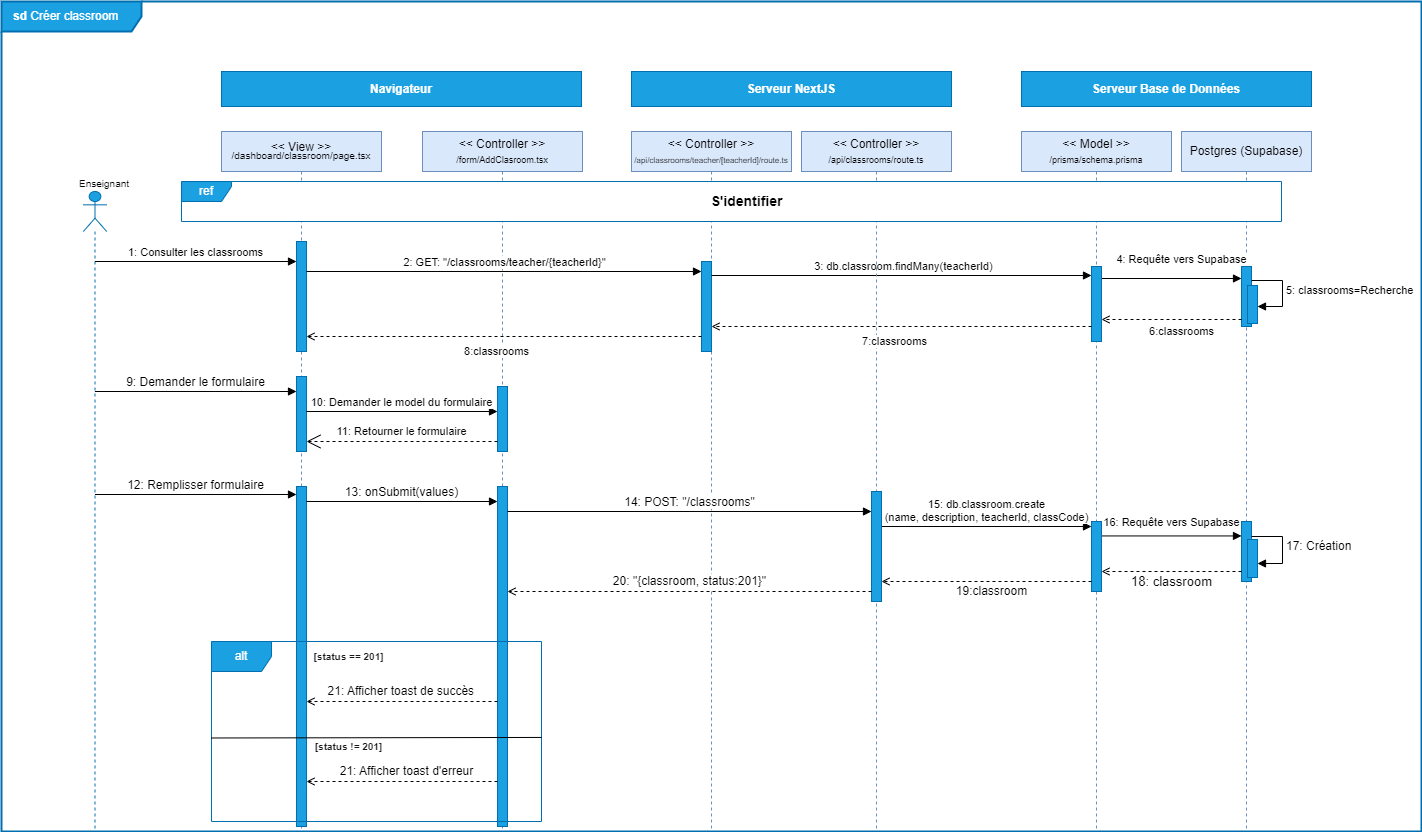
Earlier version of the draw.io export docs/images/chp4/fig8.png (undrstnd-labs/education). Source tidied: cells renumbered, new cells last; positions are measured from the earlier drawing's top-left corner, leaving out a move shared by most shapes.
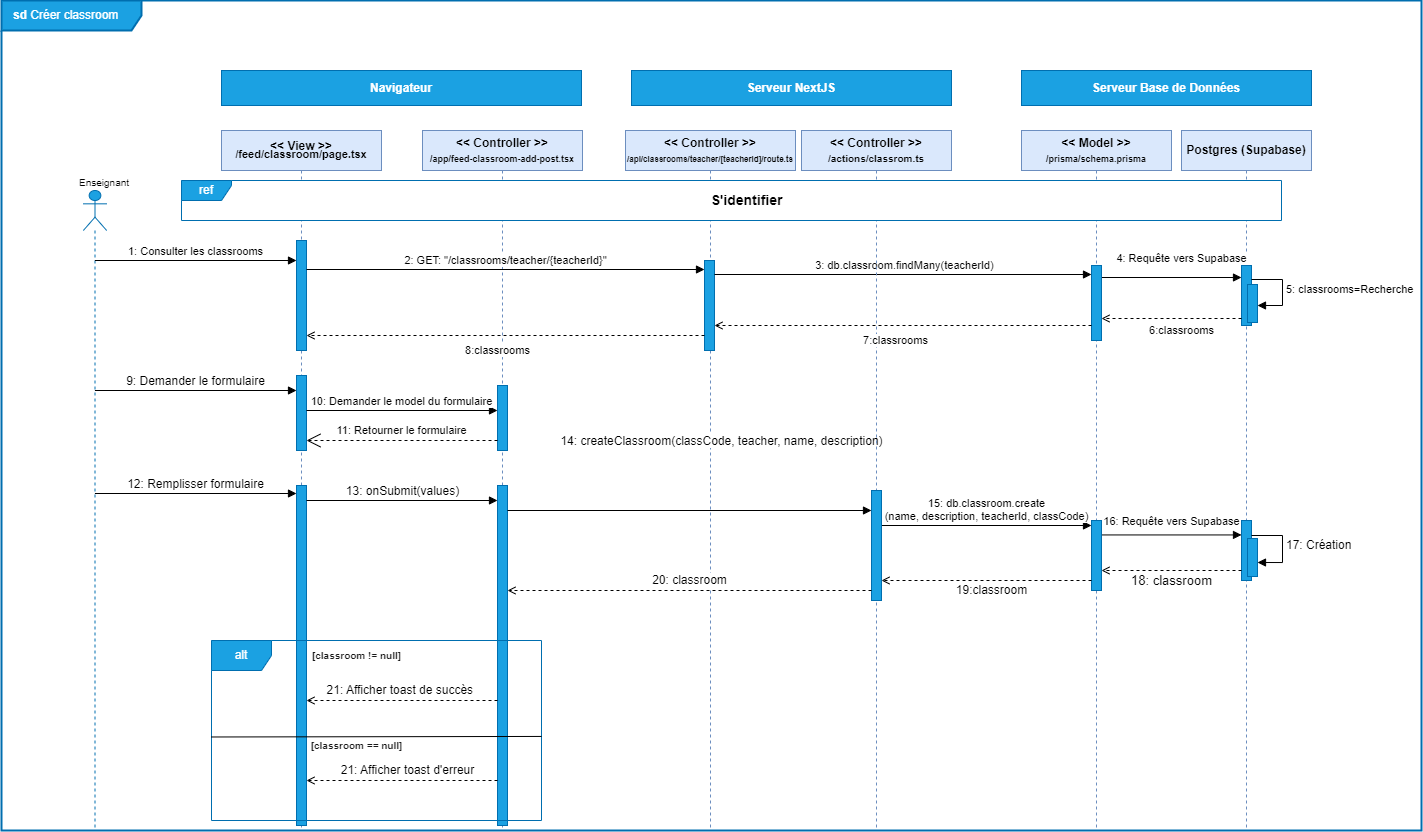
After the change.

Diff of the diagram source:
```diff
@@ -20,7 +20,7 @@
     <mxCell id="7" value="&lt;b&gt;Serveur Base de Données&lt;/b&gt;" style="rounded=0;whiteSpace=wrap;html=1;fillColor=#1ba1e2;fontColor=#ffffff;strokeColor=#006EAF;" parent="1" vertex="1">
       <mxGeometry x="1020" y="70" width="290" height="35" as="geometry" />
     </mxCell>
-    <mxCell id="8" value="&lt;p style=&quot;line-height: 70%;&quot;&gt;&amp;lt;&amp;lt; View &amp;gt;&amp;gt;&lt;br&gt;&lt;font style=&quot;&quot;&gt;&lt;font style=&quot;font-size: 10px;&quot;&gt;/dashboard/classroom/page.tsx&lt;/font&gt;&lt;br&gt;&lt;/font&gt;&lt;/p&gt;" style="shape=umlLifeline;perimeter=lifelinePerimeter;whiteSpace=wrap;html=1;newEdgeStyle={&quot;curved&quot;:0,&quot;rounded&quot;:0};fillColor=#dae8fc;strokeColor=#6c8ebf;size=40;" parent="1" vertex="1">
+    <mxCell id="8" value="&lt;p style=&quot;line-height: 70%;&quot;&gt;&lt;b&gt;&amp;lt;&amp;lt; View &amp;gt;&amp;gt;&lt;/b&gt;&lt;br&gt;&lt;font style=&quot;&quot;&gt;&lt;font size=&quot;1&quot; style=&quot;&quot;&gt;&lt;b style=&quot;font-size: 11px;&quot;&gt;/feed/classroom/page.tsx&lt;/b&gt;&lt;/font&gt;&lt;br&gt;&lt;/font&gt;&lt;/p&gt;" style="shape=umlLifeline;perimeter=lifelinePerimeter;whiteSpace=wrap;html=1;newEdgeStyle={&quot;curved&quot;:0,&quot;rounded&quot;:0};fillColor=#dae8fc;strokeColor=#6c8ebf;size=40;" parent="1" vertex="1">
       <mxGeometry x="220" y="130" width="160" height="700" as="geometry" />
     </mxCell>
     <mxCell id="9" style="html=1;perimeter=orthogonalPerimeter;targetShapes=umlLifeline;newEdgeStyle={&quot;curved&quot;:0,&quot;rounded&quot;:0};fillColor=#1ba1e2;fontColor=#ffffff;strokeColor=#006EAF;" parent="8" vertex="1">
@@ -29,13 +29,13 @@
     <mxCell id="10" style="html=1;perimeter=orthogonalPerimeter;targetShapes=umlLifeline;newEdgeStyle={&quot;curved&quot;:0,&quot;rounded&quot;:0};fillColor=#1ba1e2;fontColor=#ffffff;strokeColor=#006EAF;" parent="8" vertex="1">
       <mxGeometry x="75" y="355" width="10" height="340" as="geometry" />
     </mxCell>
-    <mxCell id="11" value="&amp;lt;&amp;lt; Controller &amp;gt;&amp;gt;&lt;br&gt;&lt;font style=&quot;font-size: 8px;&quot;&gt;/api/classrooms/teacher/[teacherId]/route.ts&lt;/font&gt;" style="shape=umlLifeline;perimeter=lifelinePerimeter;whiteSpace=wrap;html=1;newEdgeStyle={&quot;curved&quot;:0,&quot;rounded&quot;:0};fillColor=#dae8fc;strokeColor=#6c8ebf;" parent="1" vertex="1">
-      <mxGeometry x="630" y="130" width="160" height="700" as="geometry" />
+    <mxCell id="11" value="&lt;b&gt;&amp;lt;&amp;lt; Controller &amp;gt;&amp;gt;&lt;br&gt;&lt;font style=&quot;font-size: 8px;&quot;&gt;/api/classrooms/teacher/[teacherId]/route.ts&lt;/font&gt;&lt;/b&gt;" style="shape=umlLifeline;perimeter=lifelinePerimeter;whiteSpace=wrap;html=1;newEdgeStyle={&quot;curved&quot;:0,&quot;rounded&quot;:0};fillColor=#dae8fc;strokeColor=#6c8ebf;" parent="1" vertex="1">
+      <mxGeometry x="624" y="130" width="170" height="700" as="geometry" />
     </mxCell>
     <mxCell id="12" style="html=1;points=[[0,0,0,0,5],[0,1,0,0,-5],[1,0,0,0,5],[1,1,0,0,-5]];perimeter=orthogonalPerimeter;outlineConnect=0;targetShapes=umlLifeline;portConstraint=eastwest;newEdgeStyle={&quot;curved&quot;:0,&quot;rounded&quot;:0};fillColor=#1ba1e2;fontColor=#ffffff;strokeColor=#006EAF;" parent="11" vertex="1">
-      <mxGeometry x="70" y="130" width="10" height="90" as="geometry" />
+      <mxGeometry x="79" y="130" width="10" height="90" as="geometry" />
     </mxCell>
-    <mxCell id="13" value="&amp;lt;&amp;lt; Controller &amp;gt;&amp;gt;&lt;br&gt;&lt;font style=&quot;font-size: 9px;&quot;&gt;/form/AddClasroom.tsx&lt;/font&gt;" style="shape=umlLifeline;perimeter=lifelinePerimeter;whiteSpace=wrap;html=1;newEdgeStyle={&quot;curved&quot;:0,&quot;rounded&quot;:0};fillColor=#dae8fc;strokeColor=#6c8ebf;" parent="1" vertex="1">
+    <mxCell id="13" value="&lt;b&gt;&amp;lt;&amp;lt; Controller &amp;gt;&amp;gt;&lt;br&gt;&lt;font style=&quot;font-size: 9px;&quot;&gt;/app/feed-classroom-add-post.tsx&lt;/font&gt;&lt;/b&gt;" style="shape=umlLifeline;perimeter=lifelinePerimeter;whiteSpace=wrap;html=1;newEdgeStyle={&quot;curved&quot;:0,&quot;rounded&quot;:0};fillColor=#dae8fc;strokeColor=#6c8ebf;" parent="1" vertex="1">
       <mxGeometry x="421" y="130" width="160" height="700" as="geometry" />
     </mxCell>
     <mxCell id="14" style="html=1;points=[[0,0,0,0,5],[0,1,0,0,-5],[1,0,0,0,5],[1,1,0,0,-5]];perimeter=orthogonalPerimeter;outlineConnect=0;targetShapes=umlLifeline;portConstraint=eastwest;newEdgeStyle={&quot;curved&quot;:0,&quot;rounded&quot;:0};fillColor=#1ba1e2;fontColor=#ffffff;strokeColor=#006EAF;" parent="13" vertex="1">
@@ -44,10 +44,10 @@
     <mxCell id="15" style="html=1;points=[[0,0,0,0,5],[0,1,0,0,-5],[1,0,0,0,5],[1,1,0,0,-5]];perimeter=orthogonalPerimeter;outlineConnect=0;targetShapes=umlLifeline;portConstraint=eastwest;newEdgeStyle={&quot;curved&quot;:0,&quot;rounded&quot;:0};fillColor=#1ba1e2;fontColor=#ffffff;strokeColor=#006EAF;" parent="13" vertex="1">
       <mxGeometry x="75" y="355" width="10" height="340" as="geometry" />
     </mxCell>
-    <mxCell id="16" value="&amp;lt;&amp;lt; Model &amp;gt;&amp;gt;&lt;br&gt;&lt;font style=&quot;font-size: 9px;&quot;&gt;/prisma/schema.prisma&lt;/font&gt;" style="shape=umlLifeline;perimeter=lifelinePerimeter;whiteSpace=wrap;html=1;newEdgeStyle={&quot;curved&quot;:0,&quot;rounded&quot;:0};fillColor=#dae8fc;strokeColor=#6c8ebf;" parent="1" vertex="1">
+    <mxCell id="16" value="&lt;b&gt;&amp;lt;&amp;lt; Model &amp;gt;&amp;gt;&lt;br&gt;&lt;font style=&quot;font-size: 9px;&quot;&gt;/prisma/schema.prisma&lt;/font&gt;&lt;/b&gt;" style="shape=umlLifeline;perimeter=lifelinePerimeter;whiteSpace=wrap;html=1;newEdgeStyle={&quot;curved&quot;:0,&quot;rounded&quot;:0};fillColor=#dae8fc;strokeColor=#6c8ebf;" parent="1" vertex="1">
       <mxGeometry x="1020" y="130" width="150" height="700" as="geometry" />
     </mxCell>
-    <mxCell id="17" value="Postgres (Supabase)" style="shape=umlLifeline;perimeter=lifelinePerimeter;whiteSpace=wrap;html=1;newEdgeStyle={&quot;curved&quot;:0,&quot;rounded&quot;:0};fillColor=#dae8fc;strokeColor=#6c8ebf;" parent="16" vertex="1">
+    <mxCell id="17" value="&lt;b&gt;Postgres (Supabase)&lt;/b&gt;" style="shape=umlLifeline;perimeter=lifelinePerimeter;whiteSpace=wrap;html=1;newEdgeStyle={&quot;curved&quot;:0,&quot;rounded&quot;:0};fillColor=#dae8fc;strokeColor=#6c8ebf;" parent="16" vertex="1">
       <mxGeometry x="160" width="130" height="700" as="geometry" />
     </mxCell>
     <mxCell id="18" style="html=1;perimeter=orthogonalPerimeter;targetShapes=umlLifeline;newEdgeStyle={&quot;curved&quot;:0,&quot;rounded&quot;:0};fillColor=#1ba1e2;fontColor=#ffffff;strokeColor=#006EAF;" parent="17" vertex="1">
@@ -117,14 +117,14 @@
     <mxCell id="31" style="html=1;points=[[0,0,0,0,5],[0,1,0,0,-5],[1,0,0,0,5],[1,1,0,0,-5]];perimeter=orthogonalPerimeter;outlineConnect=0;targetShapes=umlLifeline;portConstraint=eastwest;newEdgeStyle={&quot;curved&quot;:0,&quot;rounded&quot;:0};fillColor=#1ba1e2;fontColor=#ffffff;strokeColor=#006EAF;" parent="1" vertex="1">
       <mxGeometry x="295" y="240" width="10" height="110" as="geometry" />
     </mxCell>
-    <mxCell id="32" value="2: GET: &quot;/classrooms/teacher/{teacherId}&quot;" style="html=1;verticalAlign=bottom;endArrow=block;curved=0;rounded=0;" parent="1" edge="1" source="31">
+    <mxCell id="32" value="2: GET: &quot;/classrooms/teacher/{teacherId}&quot;" style="html=1;verticalAlign=bottom;endArrow=block;curved=0;rounded=0;" parent="1" edge="1">
       <mxGeometry relative="1" as="geometry">
-        <mxPoint x="700" y="270" as="targetPoint" />
+        <mxPoint x="305" y="269" as="sourcePoint" />
+        <mxPoint x="703" y="269" as="targetPoint" />
       </mxGeometry>
     </mxCell>
-    <mxCell id="33" value="3:&amp;nbsp;db.classroom.findMany(teacherId)" style="html=1;verticalAlign=bottom;endArrow=block;curved=0;rounded=0;" parent="1" edge="1">
+    <mxCell id="33" value="3:&amp;nbsp;db.classroom.findMany(teacherId)" style="html=1;verticalAlign=bottom;endArrow=block;curved=0;rounded=0;" parent="1" edge="1" source="12">
       <mxGeometry x="0.01" relative="1" as="geometry">
-        <mxPoint x="710" y="274" as="sourcePoint" />
         <mxPoint x="1090" y="274" as="targetPoint" />
       </mxGeometry>
     </mxCell>
@@ -155,8 +155,8 @@
         <mxPoint x="305" y="500" as="sourcePoint" />
       </mxGeometry>
     </mxCell>
-    <mxCell id="39" value="&lt;font style=&quot;font-size: 12px;&quot;&gt;14: POST: &quot;/classrooms&quot;&lt;/font&gt;" style="html=1;verticalAlign=bottom;endArrow=block;curved=0;rounded=0;" parent="1" edge="1" source="15">
-      <mxGeometry relative="1" as="geometry">
+    <mxCell id="39" value="&lt;font style=&quot;font-size: 12px;&quot;&gt;14: createClassroom(classCode, teacher, name, description)&lt;/font&gt;" style="html=1;verticalAlign=bottom;endArrow=block;curved=0;rounded=0;" parent="1" edge="1" source="15">
+      <mxGeometry x="0.18" y="60" relative="1" as="geometry">
         <mxPoint x="870" y="510" as="targetPoint" />
       </mxGeometry>
     </mxCell>
@@ -168,8 +168,8 @@
     <mxCell id="41" value="alt" style="shape=umlFrame;whiteSpace=wrap;html=1;fillStyle=auto;strokeColor=#006EAF;swimlaneFillColor=none;labelBackgroundColor=none;fillColor=#1ba1e2;fontColor=#ffffff;rounded=0;" parent="1" vertex="1">
       <mxGeometry x="210" y="640" width="330" height="180" as="geometry" />
     </mxCell>
-    <mxCell id="42" value="&lt;font size=&quot;1&quot;&gt;[status == 201]&lt;/font&gt;" style="text;html=1;align=center;verticalAlign=middle;strokeColor=none;fillColor=none;fontColor=#1A1A1A;rounded=0;labelBackgroundColor=none;fontStyle=1;" parent="1" vertex="1">
-      <mxGeometry x="301.8" y="640" width="90" height="30" as="geometry" />
+    <mxCell id="42" value="&lt;font size=&quot;1&quot;&gt;[classroom != null]&lt;/font&gt;" style="text;html=1;align=center;verticalAlign=middle;strokeColor=none;fillColor=none;fontColor=#1A1A1A;rounded=0;labelBackgroundColor=none;fontStyle=1;" parent="1" vertex="1">
+      <mxGeometry x="300" y="640" width="110" height="30" as="geometry" />
     </mxCell>
     <mxCell id="43" value="&lt;font style=&quot;font-size: 12px;&quot;&gt;21: Afficher toast de succès&amp;nbsp;&lt;/font&gt;" style="endArrow=open;endSize=6;dashed=1;html=1;rounded=0;" parent="1" edge="1" source="15">
       <mxGeometry y="-10" relative="1" as="geometry">
@@ -181,7 +181,7 @@
         <mxPoint x="305" y="780" as="targetPoint" />
       </mxGeometry>
     </mxCell>
-    <mxCell id="45" value="&amp;lt;&amp;lt; Controller &amp;gt;&amp;gt;&lt;br&gt;&lt;font style=&quot;font-size: 9px;&quot;&gt;/api/classrooms/route.ts&lt;/font&gt;" style="shape=umlLifeline;perimeter=lifelinePerimeter;whiteSpace=wrap;html=1;newEdgeStyle={&quot;curved&quot;:0,&quot;rounded&quot;:0};fillColor=#dae8fc;strokeColor=#6c8ebf;" parent="1" vertex="1">
+    <mxCell id="45" value="&lt;b&gt;&amp;lt;&amp;lt; Controller &amp;gt;&amp;gt;&lt;br&gt;&lt;font size=&quot;1&quot;&gt;/actions/classrom.ts&lt;/font&gt;&lt;/b&gt;" style="shape=umlLifeline;perimeter=lifelinePerimeter;whiteSpace=wrap;html=1;newEdgeStyle={&quot;curved&quot;:0,&quot;rounded&quot;:0};fillColor=#dae8fc;strokeColor=#6c8ebf;" parent="1" vertex="1">
       <mxGeometry x="800" y="130" width="150" height="700" as="geometry" />
     </mxCell>
     <mxCell id="46" style="html=1;points=[[0,0,0,0,5],[0,1,0,0,-5],[1,0,0,0,5],[1,1,0,0,-5]];perimeter=orthogonalPerimeter;outlineConnect=0;targetShapes=umlLifeline;portConstraint=eastwest;newEdgeStyle={&quot;curved&quot;:0,&quot;rounded&quot;:0};fillColor=#1ba1e2;fontColor=#ffffff;strokeColor=#006EAF;" parent="45" vertex="1">
@@ -198,7 +198,7 @@
         <mxPoint x="1090" y="580" as="sourcePoint" />
       </mxGeometry>
     </mxCell>
-    <mxCell id="49" value="&lt;font style=&quot;font-size: 12px;&quot;&gt;20: &quot;{classroom, status:201}&quot;&lt;/font&gt;" style="endArrow=open;endSize=6;dashed=1;html=1;rounded=0;" parent="1" edge="1" target="15">
+    <mxCell id="49" value="&lt;font style=&quot;font-size: 12px;&quot;&gt;20: classroom&lt;/font&gt;" style="endArrow=open;endSize=6;dashed=1;html=1;rounded=0;" parent="1" edge="1" target="15">
       <mxGeometry y="-10" relative="1" as="geometry">
         <mxPoint x="870" y="590" as="sourcePoint" />
       </mxGeometry>
@@ -219,11 +219,11 @@
         <mxPoint x="305" y="335" as="targetPoint" />
       </mxGeometry>
     </mxCell>
-    <mxCell id="54" value="&lt;font size=&quot;1&quot;&gt;[status != 201]&lt;/font&gt;" style="text;html=1;align=center;verticalAlign=middle;strokeColor=none;fillColor=none;fontColor=#1A1A1A;rounded=0;labelBackgroundColor=none;fontStyle=1;" parent="1" vertex="1">
-      <mxGeometry x="301.8" y="730" width="90" height="30" as="geometry" />
-    </mxCell>
     <mxCell id="55" value="S'identifier&amp;nbsp;" style="text;html=1;align=center;verticalAlign=middle;strokeColor=none;fillColor=none;fontSize=14;fontStyle=1;" parent="1" vertex="1">
       <mxGeometry x="702" y="185" width="90" height="30" as="geometry" />
     </mxCell>
+    <mxCell id="56" value="&lt;font size=&quot;1&quot;&gt;[classroom == null]&lt;/font&gt;" style="text;html=1;align=center;verticalAlign=middle;strokeColor=none;fillColor=none;fontColor=#1A1A1A;rounded=0;labelBackgroundColor=none;fontStyle=1;" parent="1" vertex="1">
+      <mxGeometry x="295" y="730" width="120" height="30" as="geometry" />
+    </mxCell>
   </root>
 </mxGraphModel>
```
